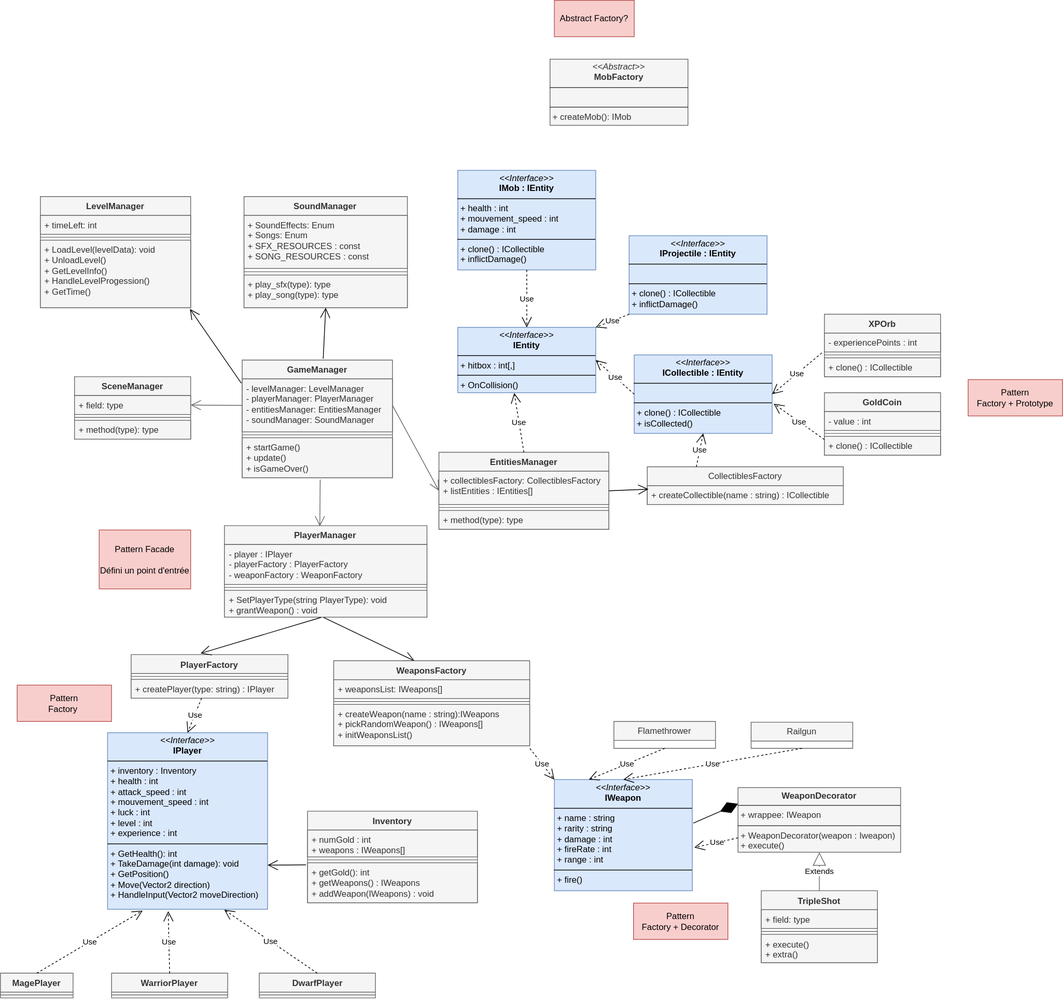
Before: class_diagram.drawio.svg, a diagram exported from draw.io (CNAM-gaming/vampire_survivors). Source tidied: cells renumbered, new cells last; positions are measured from the earlier drawing's top-left corner, leaving out a move shared by most shapes.
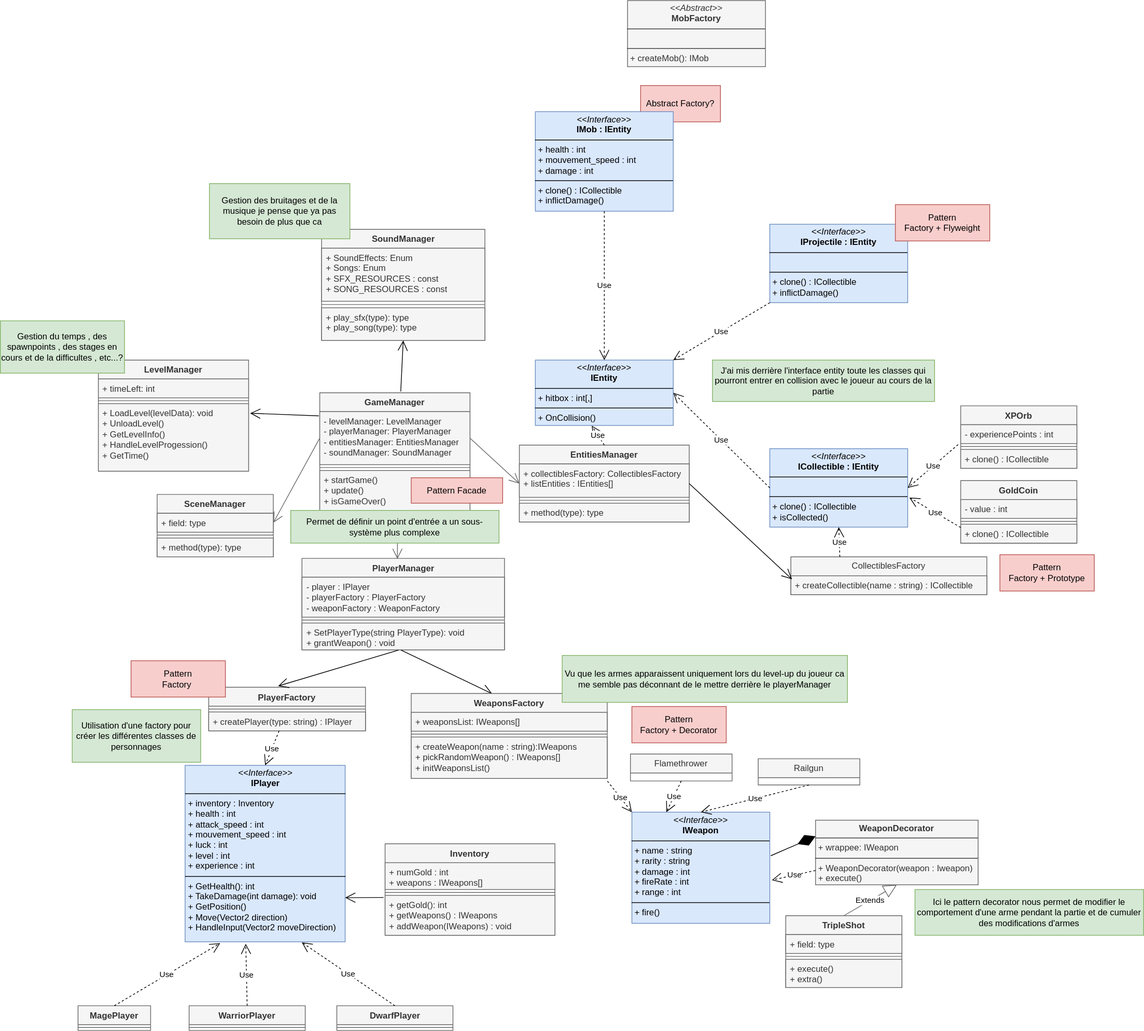
The same file after the commit.

Commit message:
Mettre à jour class_diagram.drawio.svg

Diff of the diagram source:
```diff
@@ -21,16 +21,16 @@
       <mxGeometry relative="1" as="geometry" />
     </mxCell>
     <mxCell id="8" value="Railgun" style="swimlane;fontStyle=0;horizontal=1;startSize=26;fillColor=#f5f5f5;whiteSpace=wrap;html=1;fontColor=#333333;strokeColor=#666666;" parent="1" vertex="1">
-      <mxGeometry x="1034" y="993.5" width="140" height="36" as="geometry" />
+      <mxGeometry x="937" y="999" width="140" height="36" as="geometry" />
     </mxCell>
     <mxCell id="9" value="Flamethrower" style="swimlane;fontStyle=0;horizontal=1;startSize=26;fillColor=#f5f5f5;whiteSpace=wrap;html=1;fontColor=#333333;strokeColor=#666666;" parent="1" vertex="1">
-      <mxGeometry x="845" y="992.5" width="140" height="37" as="geometry" />
+      <mxGeometry x="761" y="992.5" width="140" height="37" as="geometry" />
     </mxCell>
     <mxCell id="10" value="&lt;p style=&quot;margin:0px;margin-top:4px;text-align:center;&quot;&gt;&lt;b&gt;WeaponDecorator&lt;/b&gt;&lt;/p&gt;&lt;hr size=&quot;1&quot; style=&quot;border-style:solid;&quot;&gt;&lt;p style=&quot;margin:0px;margin-left:4px;&quot;&gt;+ wrappee: IWeapon&lt;/p&gt;&lt;hr size=&quot;1&quot; style=&quot;border-style:solid;&quot;&gt;&lt;p style=&quot;margin:0px;margin-left:4px;&quot;&gt;+ WeaponDecorator(weapon : Iweapon)&lt;br&gt;&lt;/p&gt;&lt;p style=&quot;margin:0px;margin-left:4px;&quot;&gt;+ execute()&lt;br&gt;&lt;/p&gt;" style="verticalAlign=top;align=left;overflow=fill;html=1;whiteSpace=wrap;fillColor=#f5f5f5;fontColor=#333333;strokeColor=#666666;" parent="1" vertex="1">
       <mxGeometry x="1016" y="1083.5" width="224" height="89" as="geometry" />
     </mxCell>
     <mxCell id="11" value="TripleShot" style="swimlane;fontStyle=1;align=center;verticalAlign=top;horizontal=1;startSize=26;whiteSpace=wrap;html=1;fillColor=#f5f5f5;fontColor=#333333;strokeColor=#666666;" parent="1" vertex="1">
-      <mxGeometry x="1048" y="1225.5" width="160" height="99" as="geometry" />
+      <mxGeometry x="975" y="1215" width="160" height="99" as="geometry" />
     </mxCell>
     <mxCell id="12" value="+ field: type" style="text;align=left;verticalAlign=top;spacingLeft=4;spacingRight=4;overflow=hidden;whiteSpace=wrap;html=1;fillColor=#f5f5f5;fontColor=#333333;strokeColor=#666666;" parent="11" vertex="1">
       <mxGeometry y="26" width="160" height="26" as="geometry" />
@@ -57,7 +57,7 @@
       <mxGeometry relative="1" as="geometry" />
     </mxCell>
     <mxCell id="20" value="&lt;p style=&quot;margin:0px;margin-top:4px;text-align:center;&quot;&gt;&lt;i&gt;&amp;lt;&amp;lt;Abstract&amp;gt;&amp;gt;&lt;/i&gt;&lt;br&gt;&lt;b&gt;MobFactory&lt;/b&gt;&lt;/p&gt;&lt;hr size=&quot;1&quot; style=&quot;border-style:solid;&quot;&gt;&lt;p style=&quot;margin:0px;margin-left:4px;&quot;&gt;&lt;br&gt;&lt;/p&gt;&lt;hr size=&quot;1&quot; style=&quot;border-style:solid;&quot;&gt;&lt;p style=&quot;margin:0px;margin-left:4px;&quot;&gt;+ createMob(): IMob&lt;/p&gt;" style="verticalAlign=top;align=left;overflow=fill;html=1;whiteSpace=wrap;fillColor=#f5f5f5;fontColor=#333333;strokeColor=#666666;" parent="1" vertex="1">
-      <mxGeometry x="757" y="81" width="190" height="91" as="geometry" />
+      <mxGeometry x="757" y="-45" width="190" height="91" as="geometry" />
     </mxCell>
     <mxCell id="21" value="SoundManager&lt;div&gt;&lt;br&gt;&lt;/div&gt;" style="swimlane;fontStyle=1;align=center;verticalAlign=top;horizontal=1;startSize=26;whiteSpace=wrap;html=1;fillColor=#f5f5f5;fontColor=#333333;strokeColor=#666666;" parent="1" vertex="1">
       <mxGeometry x="335.5" y="270" width="225" height="153" as="geometry" />
@@ -72,7 +72,7 @@
       <mxGeometry y="108" width="225" height="45" as="geometry" />
     </mxCell>
     <mxCell id="25" value="GoldCoin" style="swimlane;fontStyle=1;align=center;verticalAlign=top;horizontal=1;startSize=26;whiteSpace=wrap;html=1;fillColor=#f5f5f5;fontColor=#333333;strokeColor=#666666;" parent="1" vertex="1">
-      <mxGeometry x="1135" y="540" width="160" height="86" as="geometry" />
+      <mxGeometry x="1216" y="616" width="160" height="86" as="geometry" />
     </mxCell>
     <mxCell id="26" value="- value : int" style="text;strokeColor=#666666;fillColor=#f5f5f5;align=left;verticalAlign=top;spacingLeft=4;spacingRight=4;overflow=hidden;whiteSpace=wrap;html=1;fontColor=#333333;" parent="25" vertex="1">
       <mxGeometry y="26" width="160" height="26" as="geometry" />
@@ -84,7 +84,7 @@
       <mxGeometry y="60" width="160" height="26" as="geometry" />
     </mxCell>
     <mxCell id="29" value="XPOrb" style="swimlane;fontStyle=1;align=center;verticalAlign=top;horizontal=1;startSize=26;whiteSpace=wrap;html=1;fillColor=#f5f5f5;fontColor=#333333;strokeColor=#666666;" parent="1" vertex="1">
-      <mxGeometry x="1135" y="432" width="160" height="86" as="geometry" />
+      <mxGeometry x="1216" y="513" width="160" height="86" as="geometry" />
     </mxCell>
     <mxCell id="30" value="- experiencePoints : int" style="text;strokeColor=#666666;fillColor=#f5f5f5;align=left;verticalAlign=top;spacingLeft=4;spacingRight=4;overflow=hidden;whiteSpace=wrap;html=1;fontColor=#333333;" parent="29" vertex="1">
       <mxGeometry y="26" width="160" height="26" as="geometry" />
@@ -96,13 +96,13 @@
       <mxGeometry y="60" width="160" height="26" as="geometry" />
     </mxCell>
     <mxCell id="33" value="CollectiblesFactory" style="swimlane;fontStyle=0;horizontal=1;startSize=26;fillColor=#f5f5f5;whiteSpace=wrap;html=1;fontColor=#333333;strokeColor=#666666;" parent="1" vertex="1">
-      <mxGeometry x="891" y="642" width="270" height="52" as="geometry" />
+      <mxGeometry x="982" y="721" width="270" height="52" as="geometry" />
     </mxCell>
     <mxCell id="34" value="+ createCollectible(name : string) : ICollectible" style="text;strokeColor=#666666;fillColor=#f5f5f5;align=left;verticalAlign=top;spacingLeft=4;spacingRight=4;overflow=hidden;points=[[0,0.5],[1,0.5]];portConstraint=eastwest;whiteSpace=wrap;html=1;fontColor=#333333;" parent="33" vertex="1">
       <mxGeometry y="26" width="270" height="26" as="geometry" />
     </mxCell>
     <mxCell id="35" value="&lt;p style=&quot;margin:0px;margin-top:4px;text-align:center;&quot;&gt;&lt;i&gt;&amp;lt;&amp;lt;Interface&amp;gt;&amp;gt;&lt;/i&gt;&lt;br&gt;&lt;b&gt;ICollectible : IEntity&lt;/b&gt;&lt;/p&gt;&lt;hr size=&quot;1&quot; style=&quot;border-style:solid;&quot;&gt;&lt;p style=&quot;margin:0px;margin-left:4px;&quot;&gt;&lt;br&gt;&lt;/p&gt;&lt;hr size=&quot;1&quot; style=&quot;border-style:solid;&quot;&gt;&lt;p style=&quot;margin:0px;margin-left:4px;&quot;&gt;+ clone() : ICollectible&lt;br&gt;&lt;/p&gt;&lt;p style=&quot;margin:0px;margin-left:4px;&quot;&gt;+ isCollected()&lt;/p&gt;&lt;p style=&quot;margin:0px;margin-left:4px;&quot;&gt;&lt;br&gt;&lt;/p&gt;" style="verticalAlign=top;align=left;overflow=fill;html=1;whiteSpace=wrap;fillColor=#dae8fc;strokeColor=#6c8ebf;" parent="1" vertex="1">
-      <mxGeometry x="873" y="488" width="190" height="108" as="geometry" />
+      <mxGeometry x="953" y="572" width="190" height="108" as="geometry" />
     </mxCell>
     <mxCell id="36" value="GameManager&lt;div&gt;&lt;br&gt;&lt;/div&gt;" style="swimlane;fontStyle=1;align=center;verticalAlign=top;horizontal=1;startSize=26;whiteSpace=wrap;html=1;fillColor=#f5f5f5;fontColor=#333333;strokeColor=#666666;" parent="1" vertex="1">
       <mxGeometry x="333" y="495" width="207" height="162" as="geometry" />
@@ -117,7 +117,7 @@
       <mxGeometry y="107" width="207" height="55" as="geometry" />
     </mxCell>
     <mxCell id="40" value="&lt;div&gt;EntitiesManager&lt;/div&gt;" style="swimlane;fontStyle=1;align=center;verticalAlign=top;horizontal=1;startSize=26;whiteSpace=wrap;html=1;fillColor=#f5f5f5;fontColor=#333333;strokeColor=#666666;" parent="1" vertex="1">
-      <mxGeometry x="604" y="622" width="234" height="106" as="geometry" />
+      <mxGeometry x="608" y="567" width="234" height="106" as="geometry" />
     </mxCell>
     <mxCell id="41" value="+ collectiblesFactory: CollectiblesFactory&lt;div&gt;+ listEntities : IEntities[]&lt;/div&gt;" style="text;strokeColor=#666666;fillColor=#f5f5f5;align=left;verticalAlign=top;spacingLeft=4;spacingRight=4;overflow=hidden;whiteSpace=wrap;html=1;fontColor=#333333;" parent="40" vertex="1">
       <mxGeometry y="26" width="234" height="46" as="geometry" />
@@ -141,7 +141,7 @@
       <mxGeometry y="89" width="279" height="37" as="geometry" />
     </mxCell>
     <mxCell id="48" value="SceneManager&lt;div&gt;&lt;br&gt;&lt;/div&gt;" style="swimlane;fontStyle=1;align=center;verticalAlign=top;horizontal=1;startSize=26;whiteSpace=wrap;html=1;fillColor=#f5f5f5;fontColor=#333333;strokeColor=#666666;" parent="1" vertex="1">
-      <mxGeometry x="102" y="518" width="160" height="86" as="geometry" />
+      <mxGeometry x="109" y="635" width="160" height="86" as="geometry" />
     </mxCell>
     <mxCell id="49" value="+ field: type" style="text;strokeColor=#666666;fillColor=#f5f5f5;align=left;verticalAlign=top;spacingLeft=4;spacingRight=4;overflow=hidden;points=[[0,0.5],[1,0.5]];portConstraint=eastwest;whiteSpace=wrap;html=1;fontColor=#333333;" parent="48" vertex="1">
       <mxGeometry y="26" width="160" height="26" as="geometry" />
@@ -152,17 +152,17 @@
     <mxCell id="51" value="+ method(type): type" style="text;strokeColor=#666666;fillColor=#f5f5f5;align=left;verticalAlign=top;spacingLeft=4;spacingRight=4;overflow=hidden;whiteSpace=wrap;html=1;fontColor=#333333;" parent="48" vertex="1">
       <mxGeometry y="60" width="160" height="26" as="geometry" />
     </mxCell>
-    <mxCell id="52" value="Pattern Facade&lt;br&gt;&lt;br&gt;Défini un point d'entrée" style="html=1;whiteSpace=wrap;fillColor=#f8cecc;strokeColor=#b85450;" parent="1" vertex="1">
-      <mxGeometry x="136" y="729" width="126" height="81" as="geometry" />
+    <mxCell id="52" value="Pattern Facade" style="html=1;whiteSpace=wrap;fillColor=#f8cecc;strokeColor=#b85450;" parent="1" vertex="1">
+      <mxGeometry x="459" y="612" width="126" height="35" as="geometry" />
     </mxCell>
     <mxCell id="53" value="Pattern&lt;br&gt;Factory + Prototype" style="html=1;whiteSpace=wrap;fillColor=#f8cecc;strokeColor=#b85450;" parent="1" vertex="1">
-      <mxGeometry x="1333" y="522" width="130" height="50" as="geometry" />
+      <mxGeometry x="1270" y="718" width="130" height="50" as="geometry" />
     </mxCell>
     <mxCell id="54" value="Pattern&lt;br&gt;Factory + Decorator" style="html=1;whiteSpace=wrap;fillColor=#f8cecc;strokeColor=#b85450;" parent="1" vertex="1">
-      <mxGeometry x="872" y="1242.5" width="130" height="50" as="geometry" />
+      <mxGeometry x="763" y="927" width="130" height="50" as="geometry" />
     </mxCell>
     <mxCell id="55" value="Abstract Factory?" style="html=1;whiteSpace=wrap;fillColor=#f8cecc;strokeColor=#b85450;" parent="1" vertex="1">
-      <mxGeometry x="763" width="110" height="50" as="geometry" />
+      <mxGeometry x="775" y="72" width="110" height="50" as="geometry" />
     </mxCell>
     <mxCell id="56" style="endArrow=open;endFill=1;endSize=12;html=1;rounded=0;exitX=0.519;exitY=1.045;exitDx=0;exitDy=0;exitPerimeter=0;entryX=0.471;entryY=0.007;entryDx=0;entryDy=0;fillColor=#f5f5f5;strokeColor=#666666;entryPerimeter=0;" parent="1" edge="1" source="39" target="44">
       <mxGeometry relative="1" as="geometry" />
@@ -173,7 +173,7 @@
     <mxCell id="58" style="endArrow=open;endFill=1;endSize=12;html=1;rounded=0;exitX=0;exitY=0.5;exitDx=0;exitDy=0;entryX=1;entryY=0.5;entryDx=0;entryDy=0;fillColor=#f5f5f5;strokeColor=#666666;" parent="1" edge="1" source="37" target="49">
       <mxGeometry relative="1" as="geometry" />
     </mxCell>
-    <mxCell id="59" style="endArrow=open;endFill=1;endSize=12;html=1;rounded=0;exitX=-0.006;exitY=0.08;exitDx=0;exitDy=0;exitPerimeter=0;entryX=0.995;entryY=1.018;entryDx=0;entryDy=0;entryPerimeter=0;" parent="1" edge="1" source="37" target="97">
+    <mxCell id="59" style="endArrow=open;endFill=1;endSize=12;html=1;rounded=0;exitX=-0.006;exitY=0.08;exitDx=0;exitDy=0;exitPerimeter=0;entryX=1.01;entryY=0.142;entryDx=0;entryDy=0;entryPerimeter=0;" parent="1" edge="1" source="37" target="97">
       <mxGeometry relative="1" as="geometry" />
     </mxCell>
     <mxCell id="60" value="Inventory&lt;div&gt;&lt;br&gt;&lt;/div&gt;" style="swimlane;fontStyle=1;align=center;verticalAlign=top;horizontal=1;startSize=26;whiteSpace=wrap;html=1;fillColor=#f5f5f5;fontColor=#333333;strokeColor=#666666;" parent="1" vertex="1">
@@ -243,13 +243,13 @@
       <mxGeometry x="630" y="450" width="190" height="90" as="geometry" />
     </mxCell>
     <mxCell id="82" value="&lt;p style=&quot;margin:0px;margin-top:4px;text-align:center;&quot;&gt;&lt;i&gt;&amp;lt;&amp;lt;Interface&amp;gt;&amp;gt;&lt;/i&gt;&lt;br&gt;&lt;b&gt;IProjectile : IEntity&lt;/b&gt;&lt;/p&gt;&lt;hr size=&quot;1&quot; style=&quot;border-style:solid;&quot;&gt;&lt;p style=&quot;margin:0px;margin-left:4px;&quot;&gt;&lt;br&gt;&lt;/p&gt;&lt;hr size=&quot;1&quot; style=&quot;border-style:solid;&quot;&gt;&lt;p style=&quot;margin:0px;margin-left:4px;&quot;&gt;+ clone() : ICollectible&lt;br&gt;&lt;/p&gt;&lt;p style=&quot;margin:0px;margin-left:4px;&quot;&gt;+ inflictDamage()&lt;/p&gt;&lt;p style=&quot;margin:0px;margin-left:4px;&quot;&gt;&lt;br&gt;&lt;/p&gt;" style="verticalAlign=top;align=left;overflow=fill;html=1;whiteSpace=wrap;fillColor=#dae8fc;strokeColor=#6c8ebf;" parent="1" vertex="1">
-      <mxGeometry x="866" y="324" width="190" height="108" as="geometry" />
+      <mxGeometry x="953" y="263" width="190" height="108" as="geometry" />
     </mxCell>
     <mxCell id="83" value="&lt;p style=&quot;margin:0px;margin-top:4px;text-align:center;&quot;&gt;&lt;i&gt;&amp;lt;&amp;lt;Interface&amp;gt;&amp;gt;&lt;/i&gt;&lt;br&gt;&lt;b&gt;IMob : IEntity&lt;/b&gt;&lt;/p&gt;&lt;hr size=&quot;1&quot; style=&quot;border-style:solid;&quot;&gt;&lt;p style=&quot;margin:0px;margin-left:4px;&quot;&gt;+ health : int&lt;/p&gt;&lt;p style=&quot;margin:0px;margin-left:4px;&quot;&gt;+ mouvement_speed : int&lt;/p&gt;&lt;p style=&quot;margin:0px;margin-left:4px;&quot;&gt;+ damage : int&lt;/p&gt;&lt;hr size=&quot;1&quot; style=&quot;border-style:solid;&quot;&gt;&lt;p style=&quot;margin:0px;margin-left:4px;&quot;&gt;+ clone() : ICollectible&lt;br&gt;&lt;/p&gt;&lt;p style=&quot;margin:0px;margin-left:4px;&quot;&gt;+ inflictDamage()&lt;/p&gt;&lt;p style=&quot;margin:0px;margin-left:4px;&quot;&gt;&lt;br&gt;&lt;/p&gt;" style="verticalAlign=top;align=left;overflow=fill;html=1;whiteSpace=wrap;fillColor=#dae8fc;strokeColor=#6c8ebf;" parent="1" vertex="1">
-      <mxGeometry x="630" y="234" width="190" height="137" as="geometry" />
+      <mxGeometry x="630" y="108" width="190" height="137" as="geometry" />
     </mxCell>
     <mxCell id="84" value="Pattern&lt;br&gt;Factory&amp;nbsp;" style="html=1;whiteSpace=wrap;fillColor=#f8cecc;strokeColor=#b85450;" parent="1" vertex="1">
-      <mxGeometry x="23" y="942.5" width="130" height="50" as="geometry" />
+      <mxGeometry x="73" y="864" width="130" height="50" as="geometry" />
     </mxCell>
     <mxCell id="85" value="Use" style="endArrow=open;endSize=12;dashed=1;html=1;rounded=0;exitX=0.5;exitY=0;exitDx=0;exitDy=0;entryX=0.409;entryY=1.004;entryDx=0;entryDy=0;entryPerimeter=0;" parent="1" edge="1" source="40" target="81">
       <mxGeometry relative="1" as="geometry" />
@@ -279,7 +279,7 @@
       <mxGeometry relative="1" as="geometry" />
     </mxCell>
     <mxCell id="94" value="LevelManager" style="swimlane;fontStyle=1;align=center;verticalAlign=top;horizontal=1;startSize=26;whiteSpace=wrap;html=1;fillColor=#f5f5f5;strokeColor=#666666;fontColor=#333333;" parent="1" vertex="1">
-      <mxGeometry x="55" y="270" width="207" height="153" as="geometry" />
+      <mxGeometry x="28" y="450" width="207" height="153" as="geometry" />
     </mxCell>
     <mxCell id="95" value="+ timeLeft: int" style="text;strokeColor=#666666;fillColor=#f5f5f5;align=left;verticalAlign=top;spacingLeft=4;spacingRight=4;overflow=hidden;whiteSpace=wrap;html=1;fontColor=#333333;" parent="94" vertex="1">
       <mxGeometry y="26" width="207" height="26" as="geometry" />
@@ -290,5 +290,29 @@
     <mxCell id="97" value="+ LoadLevel(levelData): void&lt;div&gt;+ UnloadLevel()&lt;/div&gt;&lt;div&gt;+ GetLevelInfo()&lt;/div&gt;&lt;div&gt;+ HandleLevelProgession()&lt;/div&gt;&lt;div&gt;+ GetTime()&lt;/div&gt;" style="text;strokeColor=#666666;fillColor=#f5f5f5;align=left;verticalAlign=top;spacingLeft=4;spacingRight=4;overflow=hidden;points=[[0,0.5],[1,0.5]];portConstraint=eastwest;whiteSpace=wrap;html=1;fontColor=#333333;" parent="94" vertex="1">
       <mxGeometry y="60" width="207" height="93" as="geometry" />
     </mxCell>
+    <mxCell id="98" value="Pattern&lt;br&gt;Factory + Flyweight" style="html=1;whiteSpace=wrap;fillColor=#f8cecc;strokeColor=#b85450;" parent="1" vertex="1">
+      <mxGeometry x="1126" y="236" width="130" height="50" as="geometry" />
+    </mxCell>
+    <mxCell id="99" value="Vu que les armes apparaissent uniquement lors du level-up du joueur ca me semble pas déconnant de le mettre derrière le playerManager" style="text;html=1;align=center;verticalAlign=middle;whiteSpace=wrap;rounded=0;fillColor=#d5e8d4;strokeColor=#82b366;" parent="1" vertex="1">
+      <mxGeometry x="667" y="856.8" width="393" height="64.5" as="geometry" />
+    </mxCell>
+    <mxCell id="100" value="Permet de définir un point d'entrée a un sous-système plus complexe" style="text;html=1;align=center;verticalAlign=middle;whiteSpace=wrap;rounded=0;fillColor=#d5e8d4;strokeColor=#82b366;" parent="1" vertex="1">
+      <mxGeometry x="293" y="657" width="287" height="45" as="geometry" />
+    </mxCell>
+    <mxCell id="101" value="Utilisation d'une factory pour créer les différentes classes de personnages" style="text;html=1;align=center;verticalAlign=middle;whiteSpace=wrap;rounded=0;fillColor=#d5e8d4;strokeColor=#82b366;" parent="1" vertex="1">
+      <mxGeometry x="-8" y="931.2" width="177" height="72.5" as="geometry" />
+    </mxCell>
+    <mxCell id="102" value="Ici le pattern decorator nous permet de modifier le comportement d'une arme pendant la partie et de cumuler des modifications d'armes" style="text;html=1;align=center;verticalAlign=middle;whiteSpace=wrap;rounded=0;fillColor=#d5e8d4;strokeColor=#82b366;" parent="1" vertex="1">
+      <mxGeometry x="1153" y="1179" width="315" height="63" as="geometry" />
+    </mxCell>
+    <mxCell id="103" value="J'ai mis derrière l'interface entity toute les classes qui pourront entrer en collision avec le joueur au cours de la partie" style="text;html=1;align=center;verticalAlign=middle;whiteSpace=wrap;rounded=0;fillColor=#d5e8d4;strokeColor=#82b366;" parent="1" vertex="1">
+      <mxGeometry x="874" y="450" width="306" height="57" as="geometry" />
+    </mxCell>
+    <mxCell id="104" value="Gestion du temps , des spawnpoints , des stages en cours et de la difficultes , etc...?" style="text;html=1;align=center;verticalAlign=middle;whiteSpace=wrap;rounded=0;fillColor=#d5e8d4;strokeColor=#82b366;" parent="1" vertex="1">
+      <mxGeometry x="-107" y="396" width="171" height="72" as="geometry" />
+    </mxCell>
+    <mxCell id="105" value="Gestion des bruitages et de la musique je pense que ya pas besoin de plus que ca" style="text;html=1;align=center;verticalAlign=middle;whiteSpace=wrap;rounded=0;fillColor=#d5e8d4;strokeColor=#82b366;" parent="1" vertex="1">
+      <mxGeometry x="181" y="207" width="193.5" height="76" as="geometry" />
+    </mxCell>
   </root>
 </mxGraphModel>
```
